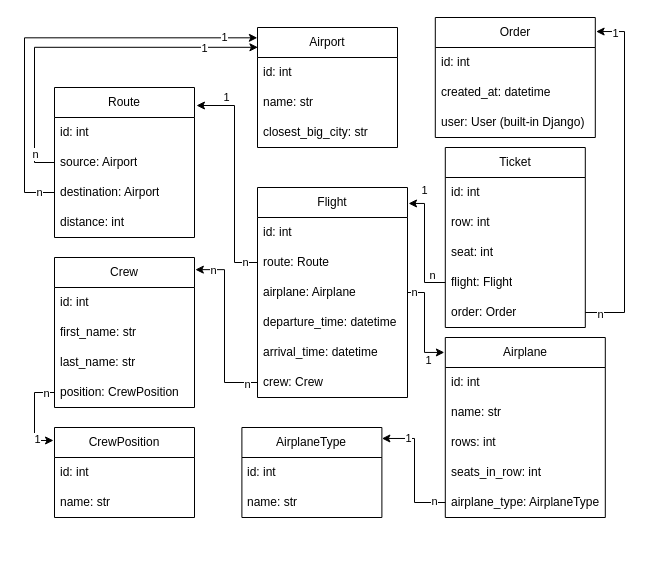
Earlier version of the draw.io diagram airport_api_diagram.drawio (TetyanaPavlyuk/airport-api-service). Source tidied: cells renumbered, new cells numbered last; positions are measured from the earlier drawing's top-left corner, leaving out a move shared by most shapes. Both pictures are drawn from the tidied source at 100%, with x=0, y=0 at pixel (24, 17).
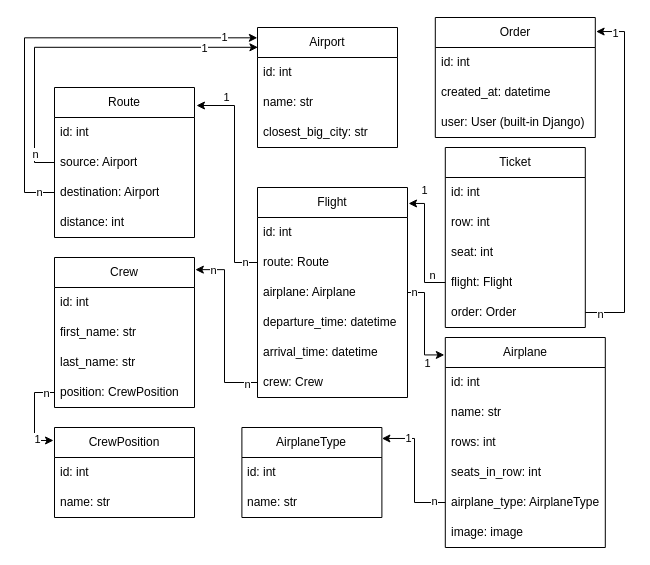
Above is the later version.

The edit, as a diff of the source:
```diff
@@
     <mxCell id="25" value="Airplane" style="swimlane;fontStyle=0;horizontal=1;startSize=30;whiteSpace=wrap;html=1;" parent="1" vertex="1">
-      <mxGeometry x="420.8" y="320" width="160" height="180" as="geometry" />
+      <mxGeometry x="420.8" y="320" width="160" height="210" as="geometry" />
     </mxCell>
@@
+    <mxCell id="72" value="image: image" style="text;strokeColor=none;fillColor=none;align=left;verticalAlign=middle;spacingLeft=4;spacingRight=4;overflow=hidden;whiteSpace=wrap;html=1;" parent="25" vertex="1">
+      <mxGeometry y="180" width="160" height="30" as="geometry" />
+    </mxCell>
```
